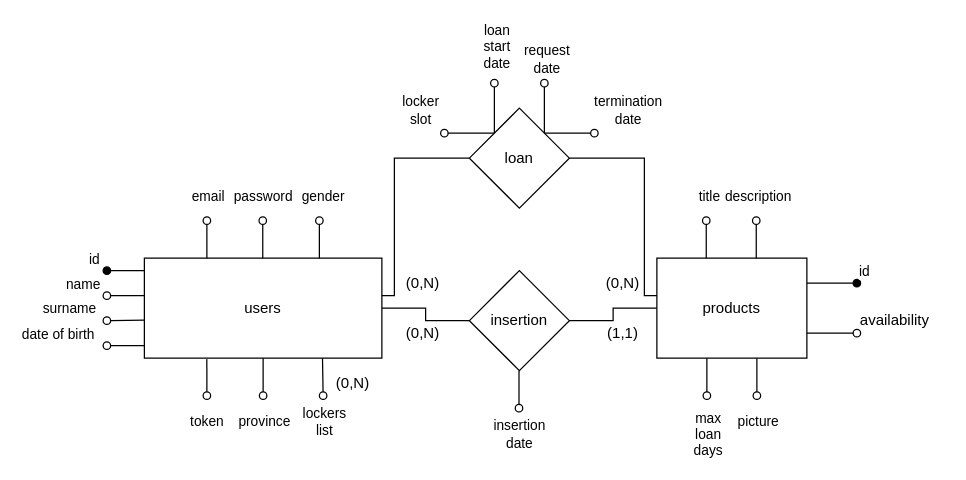
This is DB design/ER.drawio from Bonis98/PRESTALOck, a draw.io file, before an edit. Source tidied: cells renumbered, new cells numbered last; positions are measured from the earlier drawing's top-left corner, leaving out a move shared by most shapes. Both pictures are drawn from the tidied source at 125%, with x=0, y=0 at pixel (106, 82).
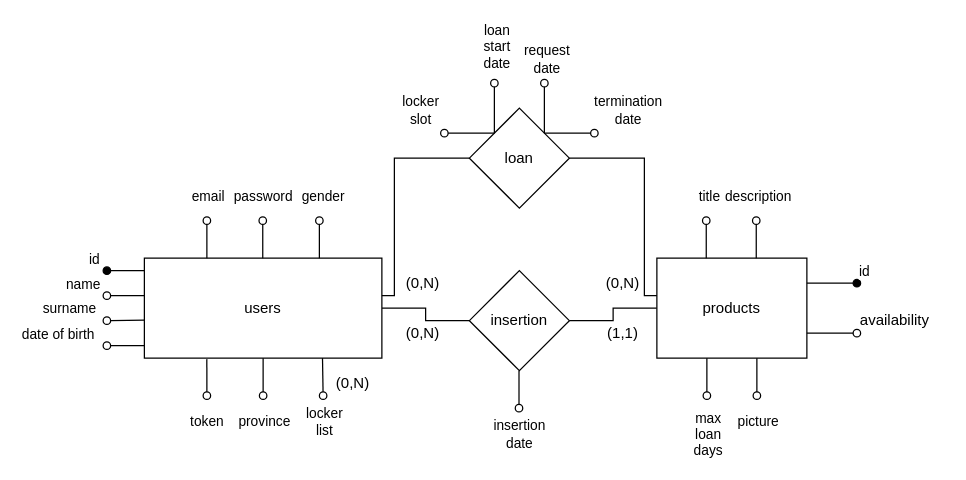
Above is the later version.

The change refers to these unchanged cells:
```xml
<mxCell id="16" style="endArrow=none;html=1;rounded=0;startArrow=oval;startFill=0;strokeWidth=1;entryX=0.75;entryY=1;entryDx=0;entryDy=0;" parent="1" edge="1" target="3">
  <mxGeometry relative="1" as="geometry">
    <mxPoint x="173" y="250" as="sourcePoint" />
  </mxGeometry>
</mxCell>
```

Change to the diagram source:
```diff
@@
-    <mxCell id="17" value="lockers&lt;br&gt;list" style="edgeLabel;html=1;align=center;verticalAlign=middle;" parent="16" vertex="1">
+    <mxCell id="17" value="locker&lt;br&gt;list" style="edgeLabel;html=1;align=center;verticalAlign=middle;" parent="16" vertex="1">
       <mxGeometry x="-0.45" y="2" relative="1" as="geometry">
         <mxPoint x="3" y="28" as="offset" />
       </mxGeometry>
     </mxCell>
```
